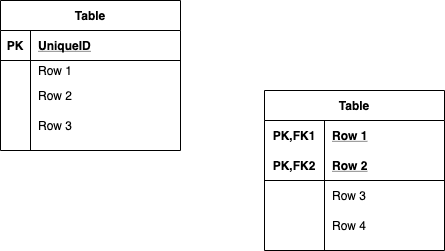
The draw.io diagram config/.drawio.png in koji-2695/furima-28875, before a commit. Source tidied: cells renumbered, new cells last; positions are measured from the earlier drawing's top-left corner, leaving out a move shared by most shapes. Source of this version:
```xml
<mxGraphModel>
  <root>
    <mxCell id="0" />
    <mxCell id="1" parent="0" />
    <mxCell id="2" value="Table" style="shape=table;startSize=30;rowLines=0;fontStyle=1;align=center;" parent="1" vertex="1">
      <mxGeometry width="180" height="150" as="geometry" />
    </mxCell>
    <mxCell id="3" style="shape=partialRectangle;fillColor=none;top=0;left=0;bottom=1;right=0;" parent="2" vertex="1">
      <mxGeometry y="30" width="180" height="30" as="geometry" />
    </mxCell>
    <mxCell id="4" value="PK" style="shape=partialRectangle;fillColor=none;top=0;left=0;bottom=0;right=0;fontStyle=1;overflow=hidden;" parent="3" vertex="1">
      <mxGeometry width="30" height="30" as="geometry" />
    </mxCell>
    <mxCell id="5" value="UniqueID" style="shape=partialRectangle;fillColor=none;top=0;left=0;bottom=0;right=0;align=left;spacingLeft=6;fontStyle=5;overflow=hidden;" parent="3" vertex="1">
      <mxGeometry x="30" width="150" height="30" as="geometry" />
    </mxCell>
    <mxCell id="6" style="shape=partialRectangle;fillColor=none;top=0;left=0;bottom=0;right=0;" parent="2" vertex="1">
      <mxGeometry y="60" width="180" height="20" as="geometry" />
    </mxCell>
    <mxCell id="7" style="shape=partialRectangle;fillColor=none;top=0;left=0;bottom=0;right=0;overflow=hidden;" parent="6" vertex="1">
      <mxGeometry width="30" height="20" as="geometry" />
    </mxCell>
    <mxCell id="8" value="Row 1" style="shape=partialRectangle;fillColor=none;top=0;left=0;bottom=0;right=0;align=left;spacingLeft=6;overflow=hidden;" parent="6" vertex="1">
      <mxGeometry x="30" width="150" height="20" as="geometry" />
    </mxCell>
    <mxCell id="9" style="shape=partialRectangle;fillColor=none;top=0;left=0;bottom=0;right=0;" parent="2" vertex="1">
      <mxGeometry y="80" width="180" height="30" as="geometry" />
    </mxCell>
    <mxCell id="10" style="shape=partialRectangle;fillColor=none;top=0;left=0;bottom=0;right=0;overflow=hidden;" parent="9" vertex="1">
      <mxGeometry width="30" height="30" as="geometry" />
    </mxCell>
    <mxCell id="11" value="Row 2" style="shape=partialRectangle;fillColor=none;top=0;left=0;bottom=0;right=0;align=left;spacingLeft=6;overflow=hidden;" parent="9" vertex="1">
      <mxGeometry x="30" width="150" height="30" as="geometry" />
    </mxCell>
    <mxCell id="12" style="shape=partialRectangle;fillColor=none;top=0;left=0;bottom=0;right=0;" parent="2" vertex="1">
      <mxGeometry y="110" width="180" height="30" as="geometry" />
    </mxCell>
    <mxCell id="13" style="shape=partialRectangle;fillColor=none;top=0;left=0;bottom=0;right=0;overflow=hidden;" parent="12" vertex="1">
      <mxGeometry width="30" height="30" as="geometry" />
    </mxCell>
    <mxCell id="14" value="Row 3" style="shape=partialRectangle;fillColor=none;top=0;left=0;bottom=0;right=0;align=left;spacingLeft=6;overflow=hidden;" parent="12" vertex="1">
      <mxGeometry x="30" width="150" height="30" as="geometry" />
    </mxCell>
    <mxCell id="15" value="Table" style="shape=table;startSize=30;rowLines=0;fontStyle=1;align=center;" parent="1" vertex="1">
      <mxGeometry x="264" y="90" width="180" height="160" as="geometry" />
    </mxCell>
    <mxCell id="16" style="shape=partialRectangle;fillColor=none;top=0;left=0;bottom=0;right=0;" parent="15" vertex="1">
      <mxGeometry y="30" width="180" height="30" as="geometry" />
    </mxCell>
    <mxCell id="17" value="PK,FK1" style="shape=partialRectangle;fillColor=none;top=0;left=0;bottom=0;right=0;fontStyle=1;overflow=hidden;" parent="16" vertex="1">
      <mxGeometry width="60" height="30" as="geometry" />
    </mxCell>
    <mxCell id="18" value="Row 1" style="shape=partialRectangle;fillColor=none;top=0;left=0;bottom=0;right=0;align=left;spacingLeft=6;fontStyle=5;overflow=hidden;" parent="16" vertex="1">
      <mxGeometry x="60" width="120" height="30" as="geometry" />
    </mxCell>
    <mxCell id="19" style="shape=partialRectangle;fillColor=none;top=0;left=0;bottom=1;right=0;" parent="15" vertex="1">
      <mxGeometry y="60" width="180" height="30" as="geometry" />
    </mxCell>
    <mxCell id="20" value="PK,FK2" style="shape=partialRectangle;fillColor=none;top=0;left=0;bottom=0;right=0;fontStyle=1;overflow=hidden;" parent="19" vertex="1">
      <mxGeometry width="60" height="30" as="geometry" />
    </mxCell>
    <mxCell id="21" value="Row 2" style="shape=partialRectangle;fillColor=none;top=0;left=0;bottom=0;right=0;align=left;spacingLeft=6;fontStyle=5;overflow=hidden;" parent="19" vertex="1">
      <mxGeometry x="60" width="120" height="30" as="geometry" />
    </mxCell>
    <mxCell id="22" style="shape=partialRectangle;fillColor=none;top=0;left=0;bottom=0;right=0;" parent="15" vertex="1">
      <mxGeometry y="90" width="180" height="30" as="geometry" />
    </mxCell>
    <mxCell id="23" style="shape=partialRectangle;fillColor=none;top=0;left=0;bottom=0;right=0;overflow=hidden;" parent="22" vertex="1">
      <mxGeometry width="60" height="30" as="geometry" />
    </mxCell>
    <mxCell id="24" value="Row 3" style="shape=partialRectangle;fillColor=none;top=0;left=0;bottom=0;right=0;align=left;spacingLeft=6;overflow=hidden;" parent="22" vertex="1">
      <mxGeometry x="60" width="120" height="30" as="geometry" />
    </mxCell>
    <mxCell id="25" style="shape=partialRectangle;fillColor=none;top=0;left=0;bottom=0;right=0;" parent="15" vertex="1">
      <mxGeometry y="120" width="180" height="30" as="geometry" />
    </mxCell>
    <mxCell id="26" style="shape=partialRectangle;fillColor=none;top=0;left=0;bottom=0;right=0;overflow=hidden;" parent="25" vertex="1">
      <mxGeometry width="60" height="30" as="geometry" />
    </mxCell>
    <mxCell id="27" value="Row 4" style="shape=partialRectangle;fillColor=none;top=0;left=0;bottom=0;right=0;align=left;spacingLeft=6;overflow=hidden;" parent="25" vertex="1">
      <mxGeometry x="60" width="120" height="30" as="geometry" />
    </mxCell>
  </root>
</mxGraphModel>
```
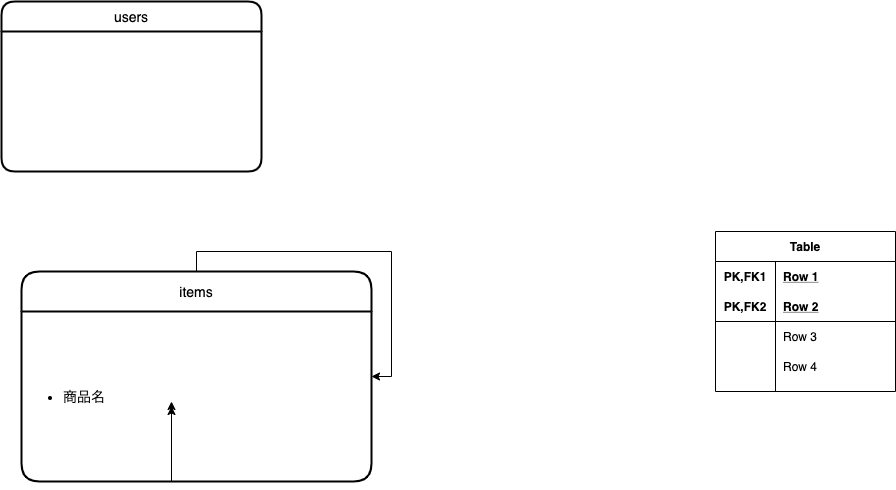
Later version of the same file.

The edit, as a diff of the source:
```diff
@@ -2,45 +2,6 @@
   <root>
     <mxCell id="0" />
     <mxCell id="1" parent="0" />
-    <mxCell id="2" value="Table" style="shape=table;startSize=30;rowLines=0;fontStyle=1;align=center;" parent="1" vertex="1">
-      <mxGeometry width="180" height="150" as="geometry" />
-    </mxCell>
-    <mxCell id="3" style="shape=partialRectangle;fillColor=none;top=0;left=0;bottom=1;right=0;" parent="2" vertex="1">
-      <mxGeometry y="30" width="180" height="30" as="geometry" />
-    </mxCell>
-    <mxCell id="4" value="PK" style="shape=partialRectangle;fillColor=none;top=0;left=0;bottom=0;right=0;fontStyle=1;overflow=hidden;" parent="3" vertex="1">
-      <mxGeometry width="30" height="30" as="geometry" />
-    </mxCell>
-    <mxCell id="5" value="UniqueID" style="shape=partialRectangle;fillColor=none;top=0;left=0;bottom=0;right=0;align=left;spacingLeft=6;fontStyle=5;overflow=hidden;" parent="3" vertex="1">
-      <mxGeometry x="30" width="150" height="30" as="geometry" />
-    </mxCell>
-    <mxCell id="6" style="shape=partialRectangle;fillColor=none;top=0;left=0;bottom=0;right=0;" parent="2" vertex="1">
-      <mxGeometry y="60" width="180" height="20" as="geometry" />
-    </mxCell>
-    <mxCell id="7" style="shape=partialRectangle;fillColor=none;top=0;left=0;bottom=0;right=0;overflow=hidden;" parent="6" vertex="1">
-      <mxGeometry width="30" height="20" as="geometry" />
-    </mxCell>
-    <mxCell id="8" value="Row 1" style="shape=partialRectangle;fillColor=none;top=0;left=0;bottom=0;right=0;align=left;spacingLeft=6;overflow=hidden;" parent="6" vertex="1">
-      <mxGeometry x="30" width="150" height="20" as="geometry" />
-    </mxCell>
-    <mxCell id="9" style="shape=partialRectangle;fillColor=none;top=0;left=0;bottom=0;right=0;" parent="2" vertex="1">
-      <mxGeometry y="80" width="180" height="30" as="geometry" />
-    </mxCell>
-    <mxCell id="10" style="shape=partialRectangle;fillColor=none;top=0;left=0;bottom=0;right=0;overflow=hidden;" parent="9" vertex="1">
-      <mxGeometry width="30" height="30" as="geometry" />
-    </mxCell>
-    <mxCell id="11" value="Row 2" style="shape=partialRectangle;fillColor=none;top=0;left=0;bottom=0;right=0;align=left;spacingLeft=6;overflow=hidden;" parent="9" vertex="1">
-      <mxGeometry x="30" width="150" height="30" as="geometry" />
-    </mxCell>
-    <mxCell id="12" style="shape=partialRectangle;fillColor=none;top=0;left=0;bottom=0;right=0;" parent="2" vertex="1">
-      <mxGeometry y="110" width="180" height="30" as="geometry" />
-    </mxCell>
-    <mxCell id="13" style="shape=partialRectangle;fillColor=none;top=0;left=0;bottom=0;right=0;overflow=hidden;" parent="12" vertex="1">
-      <mxGeometry width="30" height="30" as="geometry" />
-    </mxCell>
-    <mxCell id="14" value="Row 3" style="shape=partialRectangle;fillColor=none;top=0;left=0;bottom=0;right=0;align=left;spacingLeft=6;overflow=hidden;" parent="12" vertex="1">
-      <mxGeometry x="30" width="150" height="30" as="geometry" />
-    </mxCell>
     <mxCell id="15" value="Table" style="shape=table;startSize=30;rowLines=0;fontStyle=1;align=center;" parent="1" vertex="1">
       <mxGeometry x="264" y="90" width="180" height="160" as="geometry" />
     </mxCell>
@@ -80,5 +41,44 @@
     <mxCell id="27" value="Row 4" style="shape=partialRectangle;fillColor=none;top=0;left=0;bottom=0;right=0;align=left;spacingLeft=6;overflow=hidden;" parent="25" vertex="1">
       <mxGeometry x="60" width="120" height="30" as="geometry" />
     </mxCell>
+    <mxCell id="28" value="users" style="swimlane;horizontal=1;startSize=30;rounded=1;fontSize=14;fontStyle=0;strokeWidth=2;shadow=0;dashed=0;align=center;" parent="1" vertex="1">
+      <mxGeometry x="-450" y="-140" width="260" height="170" as="geometry" />
+    </mxCell>
+    <mxCell id="29" style="edgeStyle=orthogonalEdgeStyle;rounded=0;jettySize=auto;html=1;fontSize=14;" parent="1" edge="1" source="33">
+      <mxGeometry relative="1" as="geometry">
+        <mxPoint x="-280" y="260" as="targetPoint" />
+        <Array as="points">
+          <mxPoint x="-280" y="200" />
+          <mxPoint x="-280" y="200" />
+        </Array>
+      </mxGeometry>
+    </mxCell>
+    <mxCell id="30" style="edgeStyle=orthogonalEdgeStyle;rounded=0;jettySize=auto;html=1;fontSize=14;" parent="1" edge="1" source="33">
+      <mxGeometry relative="1" as="geometry">
+        <mxPoint x="-280" y="265" as="targetPoint" />
+        <Array as="points">
+          <mxPoint x="-280" y="210" />
+          <mxPoint x="-280" y="210" />
+        </Array>
+      </mxGeometry>
+    </mxCell>
+    <mxCell id="31" style="edgeStyle=orthogonalEdgeStyle;rounded=0;jettySize=auto;html=1;fontSize=14;" parent="1" edge="1" source="33">
+      <mxGeometry relative="1" as="geometry">
+        <mxPoint x="-170" y="140" as="targetPoint" />
+        <Array as="points">
+          <mxPoint x="-160" y="135" />
+          <mxPoint x="-160" y="140" />
+        </Array>
+      </mxGeometry>
+    </mxCell>
+    <mxCell id="32" style="edgeStyle=orthogonalEdgeStyle;rounded=0;orthogonalLoop=1;jettySize=auto;html=1;entryX=1;entryY=0.5;entryDx=0;entryDy=0;fontSize=14;" parent="1" edge="1" source="33" target="33">
+      <mxGeometry relative="1" as="geometry" />
+    </mxCell>
+    <mxCell id="33" value="items" style="swimlane;horizontal=1;startSize=40;rounded=1;fontSize=14;fontStyle=0;strokeWidth=2;shadow=0;dashed=0;align=center;" parent="1" vertex="1">
+      <mxGeometry x="-430" y="130" width="350" height="210" as="geometry" />
+    </mxCell>
+    <mxCell id="34" value="&lt;ul&gt;&lt;li&gt;&lt;span&gt;商品名&lt;/span&gt;&lt;/li&gt;&lt;/ul&gt;" style="text;html=1;align=left;verticalAlign=middle;fontSize=14;rotation=0;" parent="33" vertex="1">
+      <mxGeometry y="40" width="350" height="170" as="geometry" />
+    </mxCell>
   </root>
 </mxGraphModel>
```
